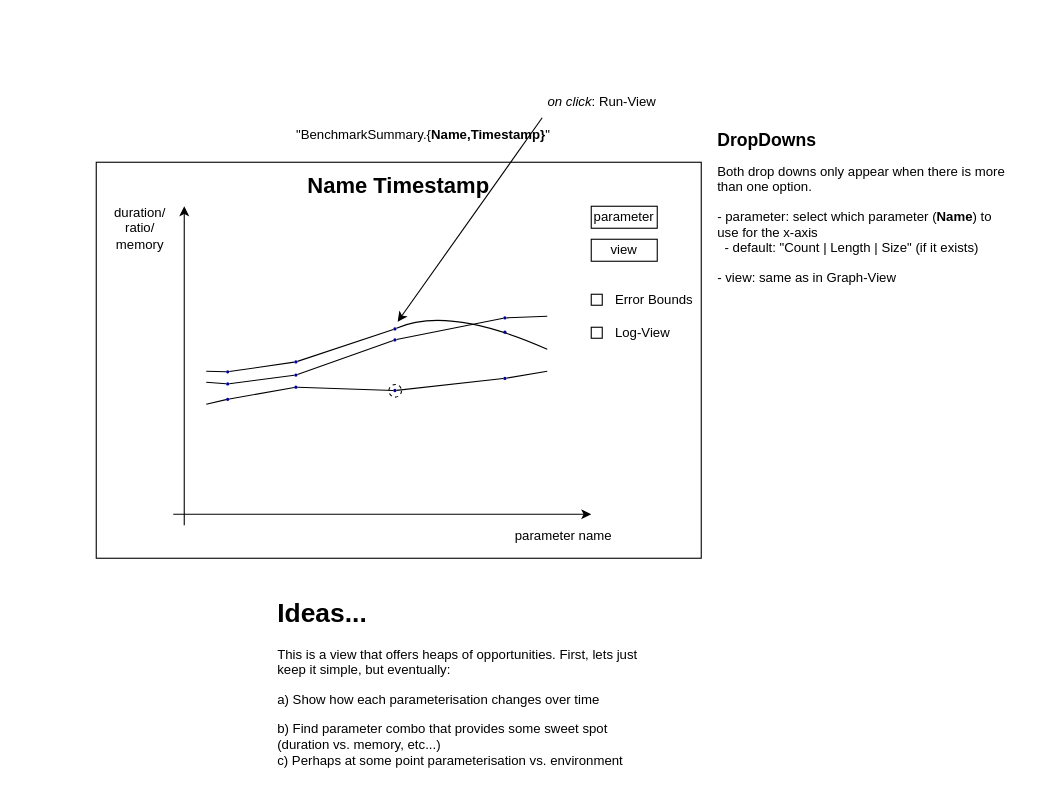
Above: page "Parameter-View" (4 of 4) of documentation/wireframes/views.drawio in atmoos/GlassView (draw.io), before the change. Source tidied: cells renumbered, new cells numbered last; positions are measured from the earlier drawing's top-left corner, leaving out a move shared by most shapes. Both pictures are drawn from the tidied source at 110%, with x=0, y=0 at pixel (96, 85).
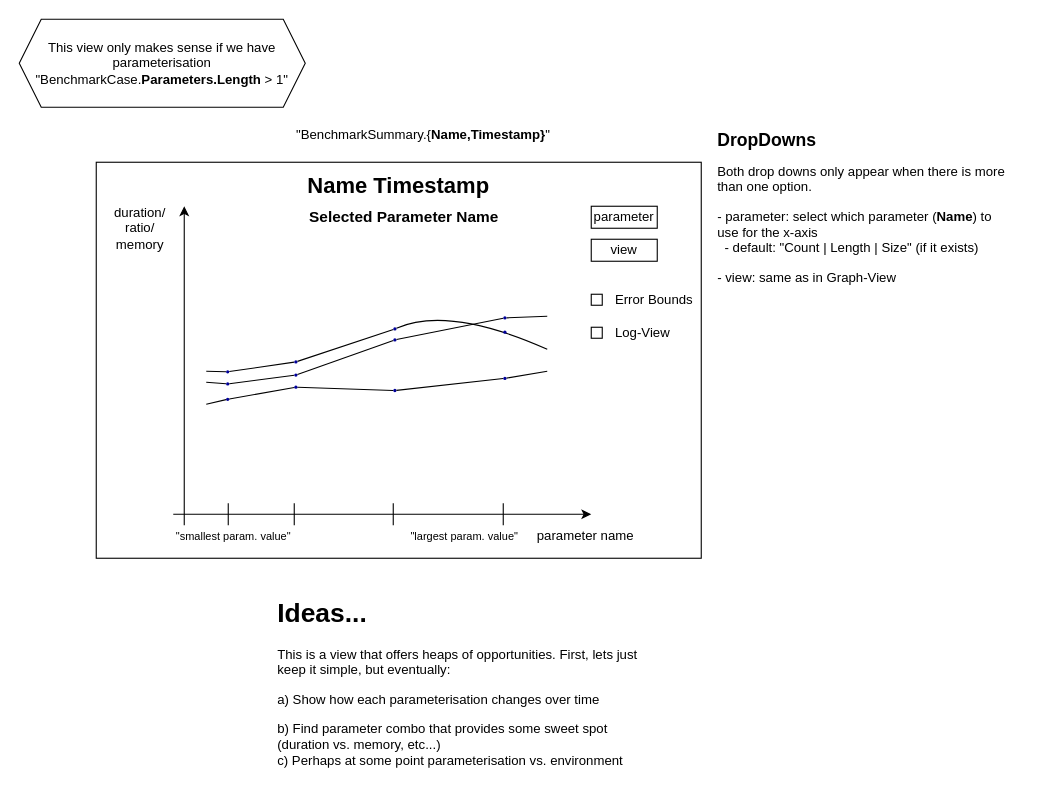
The same page after the edit.

Commit message (it also covers changes not shown here):
Detail more param-view elements.

Change to the diagram source:
```diff
@@
     <mxCell id="6" value="parameter name" style="text;html=1;align=center;verticalAlign=middle;whiteSpace=wrap;rounded=0;" parent="1" vertex="1">
-      <mxGeometry x="370" y="390" width="110" height="40" as="geometry" />
+      <mxGeometry x="390" y="390" width="110" height="40" as="geometry" />
     </mxCell>
@@
-    <mxCell id="37" style="ellipse;whiteSpace=wrap;html=1;fillColor=none;dashed=1;" parent="1" vertex="1">
-      <mxGeometry x="266" y="272" width="11.5" height="11.5" as="geometry" />
-    </mxCell>
@@
-    <mxCell id="45" value="&lt;i&gt;on click&lt;/i&gt;: Run-View" style="text;html=1;align=center;verticalAlign=middle;whiteSpace=wrap;rounded=0;" parent="1" vertex="1">
-      <mxGeometry x="390" width="140" height="30" as="geometry" />
-    </mxCell>
-    <mxCell id="46" style="endArrow=classic;html=1;rounded=0;exitX=0.11;exitY=0.985;exitDx=0;exitDy=0;exitPerimeter=0;" parent="1" edge="1" source="45">
-      <mxGeometry relative="1" as="geometry">
-        <mxPoint x="274" y="215" as="targetPoint" />
-      </mxGeometry>
-    </mxCell>
@@
+    <mxCell id="48" value="This view only makes sense if we have parameterisation&lt;br&gt;&quot;BenchmarkCase.&lt;b&gt;Parameters.Length&lt;/b&gt; &amp;gt; 1&quot;" style="shape=hexagon;perimeter=hexagonPerimeter2;whiteSpace=wrap;html=1;fixedSize=1;spacing=12;" parent="1" vertex="1">
+      <mxGeometry x="-70" y="-60" width="260" height="80" as="geometry" />
+    </mxCell>
+    <mxCell id="49" value="Selected Parameter Name" style="text;html=1;align=center;verticalAlign=middle;whiteSpace=wrap;rounded=0;fontStyle=1;fontSize=14;" parent="1" vertex="1">
+      <mxGeometry x="190" y="110" width="180" height="20" as="geometry" />
+    </mxCell>
+    <mxCell id="50" style="endArrow=none;html=1;fontSize=14;" parent="1" edge="1">
+      <mxGeometry relative="1" as="geometry">
+        <mxPoint x="120" y="400" as="sourcePoint" />
+        <mxPoint x="120" y="380" as="targetPoint" />
+      </mxGeometry>
+    </mxCell>
+    <mxCell id="51" style="endArrow=none;html=1;fontSize=14;" parent="1" edge="1">
+      <mxGeometry relative="1" as="geometry">
+        <mxPoint x="180" y="400" as="sourcePoint" />
+        <mxPoint x="180" y="380" as="targetPoint" />
+      </mxGeometry>
+    </mxCell>
+    <mxCell id="52" style="endArrow=none;html=1;fontSize=14;" parent="1" edge="1">
+      <mxGeometry relative="1" as="geometry">
+        <mxPoint x="270" y="400" as="sourcePoint" />
+        <mxPoint x="270" y="380" as="targetPoint" />
+      </mxGeometry>
+    </mxCell>
+    <mxCell id="53" style="endArrow=none;html=1;fontSize=14;" parent="1" edge="1">
+      <mxGeometry relative="1" as="geometry">
+        <mxPoint x="370" y="400" as="sourcePoint" />
+        <mxPoint x="370" y="380" as="targetPoint" />
+      </mxGeometry>
+    </mxCell>
+    <mxCell id="54" value="&quot;smallest param. value&quot;" style="text;html=1;align=center;verticalAlign=middle;whiteSpace=wrap;rounded=0;fontSize=10;" parent="1" vertex="1">
+      <mxGeometry x="70" y="390" width="110" height="40" as="geometry" />
+    </mxCell>
+    <mxCell id="55" value="&quot;largest param. value&quot;" style="text;html=1;align=center;verticalAlign=middle;whiteSpace=wrap;rounded=0;fontSize=10;" parent="1" vertex="1">
+      <mxGeometry x="280" y="390" width="110" height="40" as="geometry" />
+    </mxCell>
```
